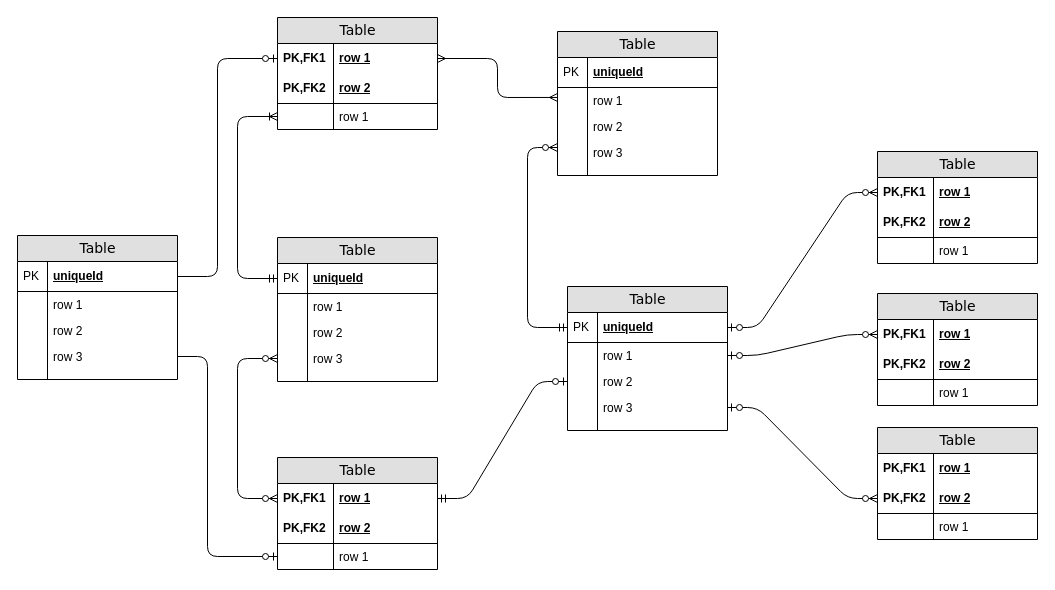
Before: Untitled Diagram.drawio in cibusse/diagrams, a draw.io diagram. Source tidied: cells renumbered, new cells numbered last; positions are measured from the earlier drawing's top-left corner, leaving out a move shared by most shapes. Both pictures are drawn from the tidied source at 100%, with x=0, y=0 at pixel (17, 17).
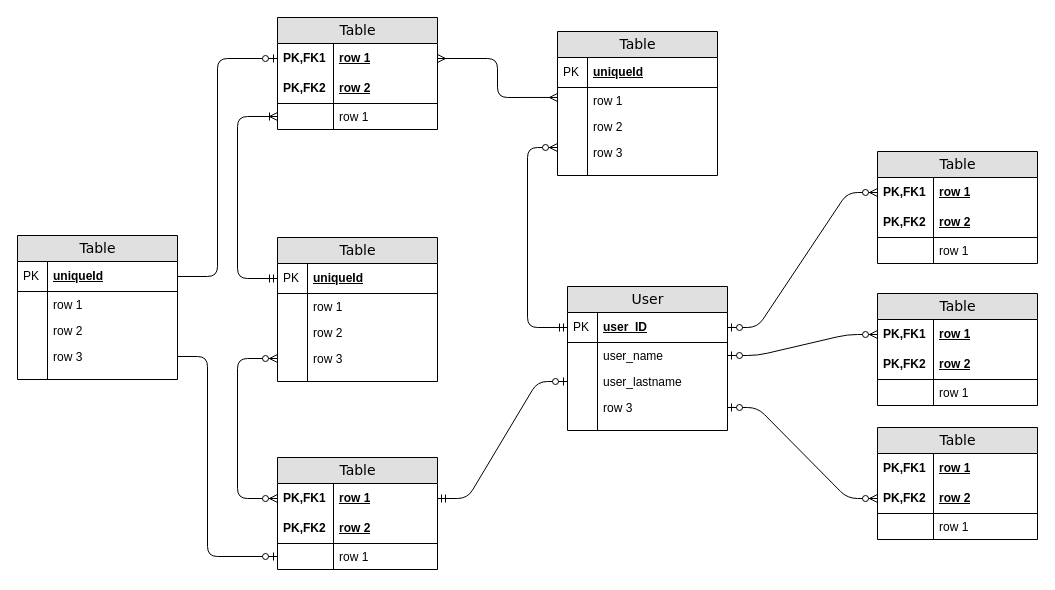
Above is the later version.

Diff of the diagram source:
```diff
@@
-    <mxCell id="31" value="Table" style="swimlane;html=1;fontStyle=0;horizontal=1;startSize=26;fillColor=#e0e0e0;swimlaneFillColor=#ffffff;align=center;rounded=0;shadow=0;comic=0;labelBackgroundColor=none;strokeWidth=1;fontFamily=Verdana;fontSize=14;" parent="1" vertex="1">
+    <mxCell id="31" value="User" style="swimlane;html=1;fontStyle=0;horizontal=1;startSize=26;fillColor=#e0e0e0;swimlaneFillColor=#ffffff;align=center;rounded=0;shadow=0;comic=0;labelBackgroundColor=none;strokeWidth=1;fontFamily=Verdana;fontSize=14;" parent="1" vertex="1">
       <mxGeometry x="550" y="269" width="160" height="144" as="geometry" />
     </mxCell>
-    <mxCell id="32" value="uniqueId" style="shape=partialRectangle;top=0;left=0;right=0;bottom=1;html=1;align=left;verticalAlign=middle;fillColor=none;spacingLeft=34;spacingRight=4;whiteSpace=wrap;overflow=hidden;points=[[0,0.5],[1,0.5]];portConstraint=eastwest;fontStyle=5;" parent="31" vertex="1">
+    <mxCell id="32" value="user_ID" style="shape=partialRectangle;top=0;left=0;right=0;bottom=1;html=1;align=left;verticalAlign=middle;fillColor=none;spacingLeft=34;spacingRight=4;whiteSpace=wrap;overflow=hidden;points=[[0,0.5],[1,0.5]];portConstraint=eastwest;fontStyle=5;" parent="31" vertex="1">
       <mxGeometry y="26" width="160" height="30" as="geometry" />
     </mxCell>
@@
-    <mxCell id="34" value="row 1" style="shape=partialRectangle;top=0;left=0;right=0;bottom=0;html=1;align=left;verticalAlign=top;fillColor=none;spacingLeft=34;spacingRight=4;whiteSpace=wrap;overflow=hidden;points=[[0,0.5],[1,0.5]];portConstraint=eastwest;" parent="31" vertex="1">
+    <mxCell id="34" value="user_name" style="shape=partialRectangle;top=0;left=0;right=0;bottom=0;html=1;align=left;verticalAlign=top;fillColor=none;spacingLeft=34;spacingRight=4;whiteSpace=wrap;overflow=hidden;points=[[0,0.5],[1,0.5]];portConstraint=eastwest;" parent="31" vertex="1">
       <mxGeometry y="56" width="160" height="26" as="geometry" />
     </mxCell>
@@
-    <mxCell id="36" value="row 2" style="shape=partialRectangle;top=0;left=0;right=0;bottom=0;html=1;align=left;verticalAlign=top;fillColor=none;spacingLeft=34;spacingRight=4;whiteSpace=wrap;overflow=hidden;points=[[0,0.5],[1,0.5]];portConstraint=eastwest;" parent="31" vertex="1">
+    <mxCell id="36" value="user_lastname" style="shape=partialRectangle;top=0;left=0;right=0;bottom=0;html=1;align=left;verticalAlign=top;fillColor=none;spacingLeft=34;spacingRight=4;whiteSpace=wrap;overflow=hidden;points=[[0,0.5],[1,0.5]];portConstraint=eastwest;" parent="31" vertex="1">
       <mxGeometry y="82" width="160" height="26" as="geometry" />
     </mxCell>
```
